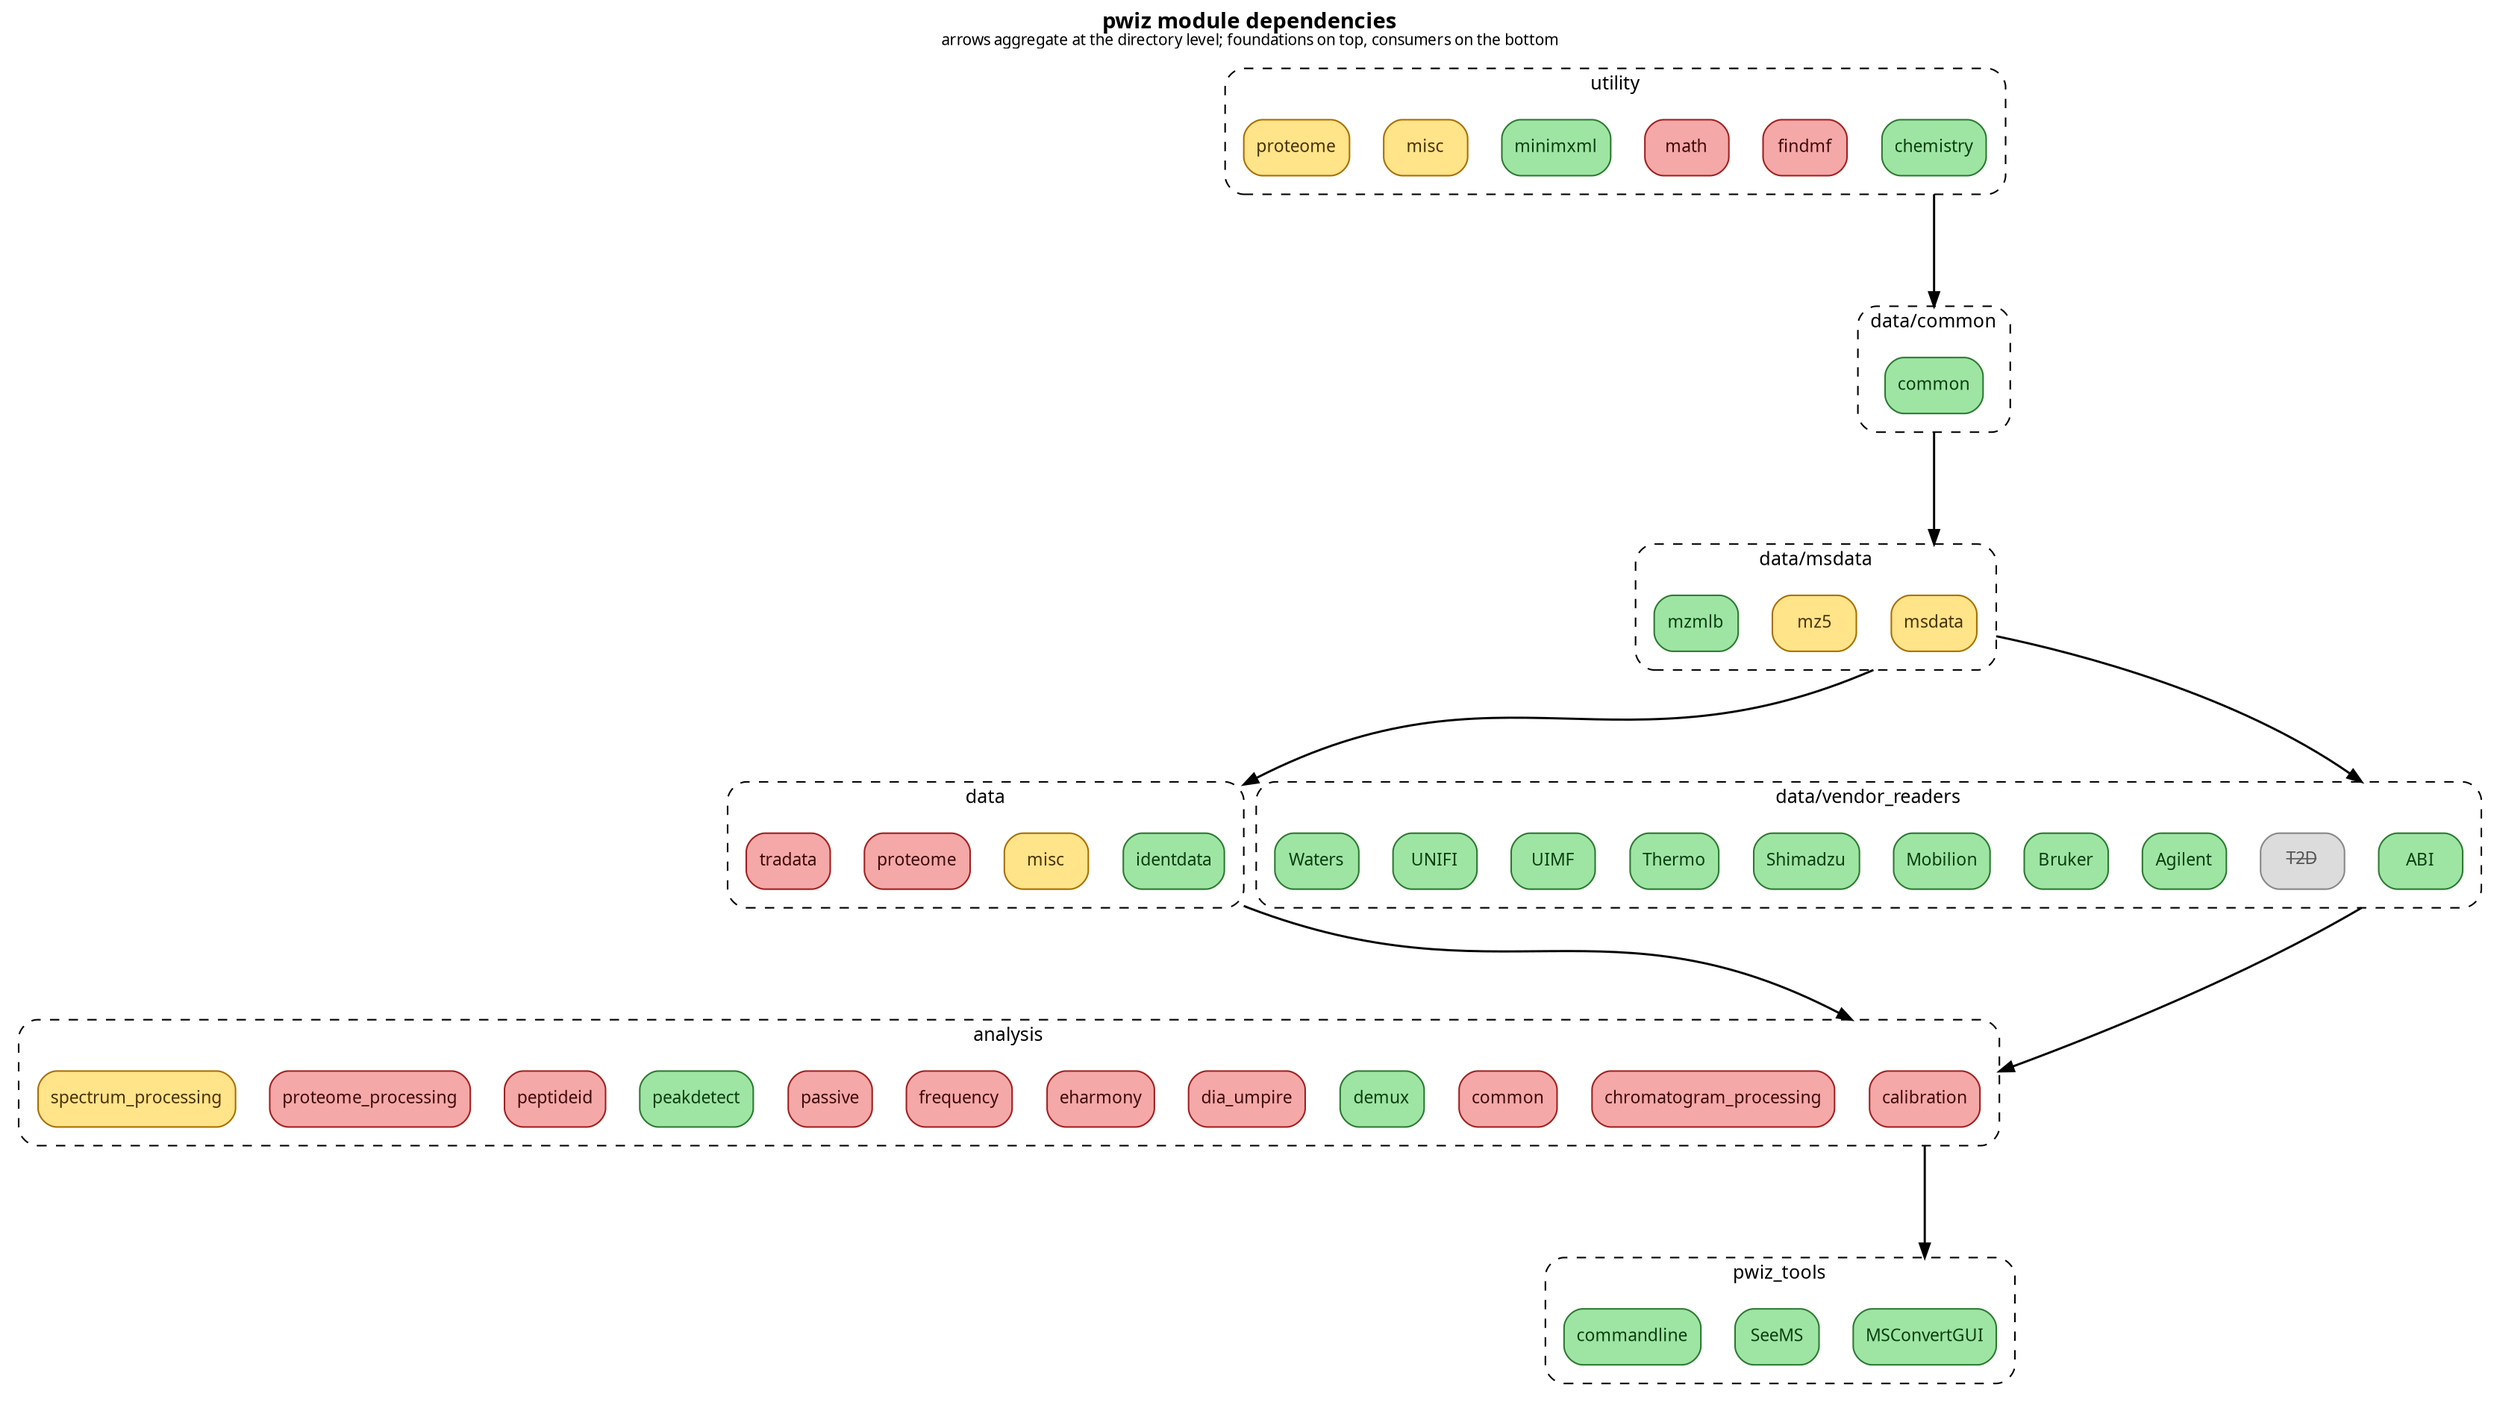
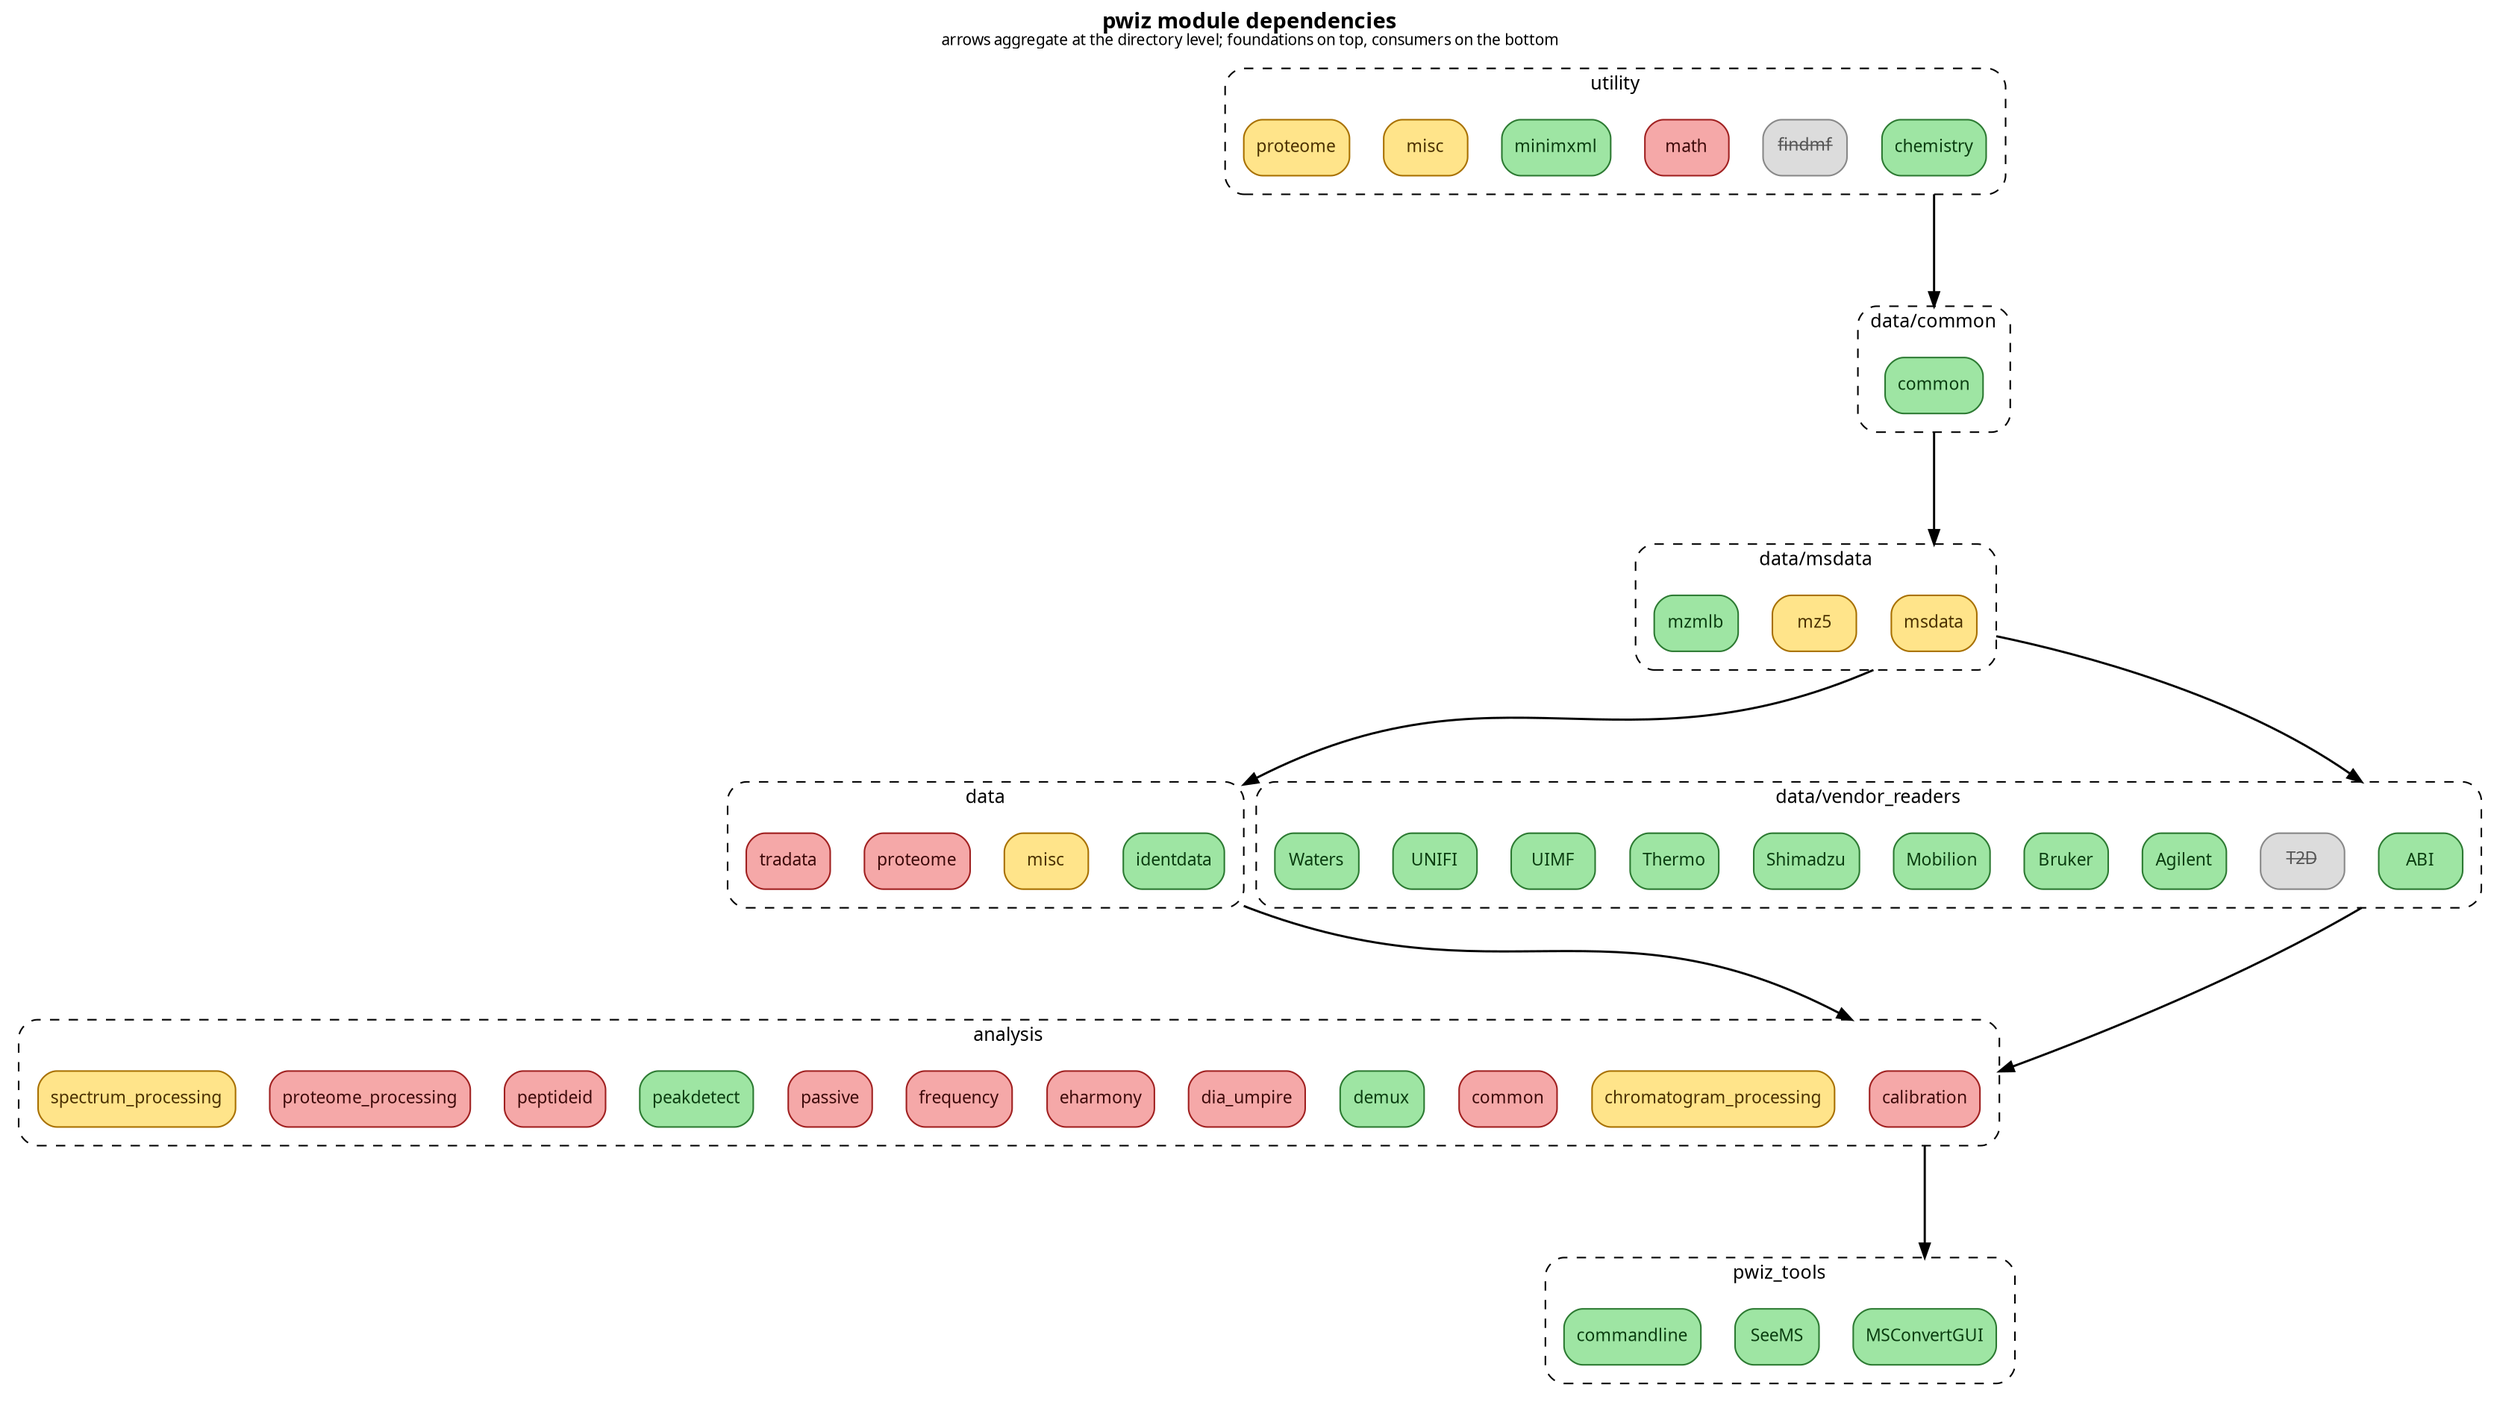
digraph pwiz_modules {
  rankdir=TB;
  labelloc=t;
  label=<<b>pwiz module dependencies</b><br/><font point-size="10">arrows aggregate at the directory level; foundations on top, consumers on the bottom</font>>;
  fontname="Segoe UI";
  node [shape=box, style="filled,rounded", fontname="Segoe UI", fontsize=11];
  edge [color="#444", penwidth=1.4, arrowsize=0.9];
  splines=spline;
  ranksep=0.8; nodesep=0.3;
  compound=true;

  subgraph cluster_analysis {
    label="analysis";
    style="rounded,dashed";
    color="#888";
    fontname="Segoe UI";
    fontsize=12;
    margin=12;
    n_analysis__calibration [label="calibration", fillcolor="#f5a8a8", color="#a02020", fontcolor="#3d0a0a"];
-     n_analysis__chromatogram_processing [label="chromatogram_processing", fillcolor="#f5a8a8", color="#a02020", fontcolor="#3d0a0a"];
+     n_analysis__chromatogram_processing [label="chromatogram_processing", fillcolor="#ffe48a", color="#a87000", fontcolor="#4a3000"];
    n_analysis__common [label="common", fillcolor="#f5a8a8", color="#a02020", fontcolor="#3d0a0a"];
    n_analysis__demux [label="demux", fillcolor="#9ee5a3", color="#2c7a32", fontcolor="#0a3d10"];
    n_analysis__dia_umpire [label="dia_umpire", fillcolor="#f5a8a8", color="#a02020", fontcolor="#3d0a0a"];
    n_analysis__eharmony [label="eharmony", fillcolor="#f5a8a8", color="#a02020", fontcolor="#3d0a0a"];
    n_analysis__frequency [label="frequency", fillcolor="#f5a8a8", color="#a02020", fontcolor="#3d0a0a"];
    n_analysis__passive [label="passive", fillcolor="#f5a8a8", color="#a02020", fontcolor="#3d0a0a"];
    n_analysis__peakdetect [label="peakdetect", fillcolor="#9ee5a3", color="#2c7a32", fontcolor="#0a3d10"];
    n_analysis__peptideid [label="peptideid", fillcolor="#f5a8a8", color="#a02020", fontcolor="#3d0a0a"];
    n_analysis__proteome_processing [label="proteome_processing", fillcolor="#f5a8a8", color="#a02020", fontcolor="#3d0a0a"];
    n_analysis__spectrum_processing [label="spectrum_processing", fillcolor="#ffe48a", color="#a87000", fontcolor="#4a3000"];
  }

  subgraph cluster_data {
    label="data";
    style="rounded,dashed";
    color="#888";
    fontname="Segoe UI";
    fontsize=12;
    margin=12;
    n_data__identdata [label="identdata", fillcolor="#9ee5a3", color="#2c7a32", fontcolor="#0a3d10"];
    n_data__misc [label="misc", fillcolor="#ffe48a", color="#a87000", fontcolor="#4a3000"];
    n_data__proteome [label="proteome", fillcolor="#f5a8a8", color="#a02020", fontcolor="#3d0a0a"];
    n_data__tradata [label="tradata", fillcolor="#f5a8a8", color="#a02020", fontcolor="#3d0a0a"];
  }

  subgraph cluster_data_common {
    label="data/common";
    style="rounded,dashed";
    color="#888";
    fontname="Segoe UI";
    fontsize=12;
    margin=12;
    n_data__common [label="common", fillcolor="#9ee5a3", color="#2c7a32", fontcolor="#0a3d10"];
  }

  subgraph cluster_data_msdata {
    label="data/msdata";
    style="rounded,dashed";
    color="#888";
    fontname="Segoe UI";
    fontsize=12;
    margin=12;
    n_data__msdata [label="msdata", fillcolor="#ffe48a", color="#a87000", fontcolor="#4a3000"];
    n_data__msdata__mz5 [label="mz5", fillcolor="#ffe48a", color="#a87000", fontcolor="#4a3000"];
    n_data__msdata__mzmlb [label="mzmlb", fillcolor="#9ee5a3", color="#2c7a32", fontcolor="#0a3d10"];
  }

  subgraph cluster_data_vendor_readers {
    label="data/vendor_readers";
    style="rounded,dashed";
    color="#888";
    fontname="Segoe UI";
    fontsize=12;
    margin=12;
    n_data__vendor_readers__ABI [label="ABI", fillcolor="#9ee5a3", color="#2c7a32", fontcolor="#0a3d10"];
    n_data__vendor_readers__ABI__T2D [label=<<s>T2D</s>>, fillcolor="#dcdcdc", color="#888888", fontcolor="#555555"];
    n_data__vendor_readers__Agilent [label="Agilent", fillcolor="#9ee5a3", color="#2c7a32", fontcolor="#0a3d10"];
    n_data__vendor_readers__Bruker [label="Bruker", fillcolor="#9ee5a3", color="#2c7a32", fontcolor="#0a3d10"];
    n_data__vendor_readers__Mobilion [label="Mobilion", fillcolor="#9ee5a3", color="#2c7a32", fontcolor="#0a3d10"];
    n_data__vendor_readers__Shimadzu [label="Shimadzu", fillcolor="#9ee5a3", color="#2c7a32", fontcolor="#0a3d10"];
    n_data__vendor_readers__Thermo [label="Thermo", fillcolor="#9ee5a3", color="#2c7a32", fontcolor="#0a3d10"];
    n_data__vendor_readers__UIMF [label="UIMF", fillcolor="#9ee5a3", color="#2c7a32", fontcolor="#0a3d10"];
    n_data__vendor_readers__UNIFI [label="UNIFI", fillcolor="#9ee5a3", color="#2c7a32", fontcolor="#0a3d10"];
    n_data__vendor_readers__Waters [label="Waters", fillcolor="#9ee5a3", color="#2c7a32", fontcolor="#0a3d10"];
  }

  subgraph cluster_pwiz_tools {
    label="pwiz_tools";
    style="rounded,dashed";
    color="#888";
    fontname="Segoe UI";
    fontsize=12;
    margin=12;
    n_pwiz_tools__MSConvertGUI [label="MSConvertGUI", fillcolor="#9ee5a3", color="#2c7a32", fontcolor="#0a3d10"];
    n_pwiz_tools__SeeMS [label="SeeMS", fillcolor="#9ee5a3", color="#2c7a32", fontcolor="#0a3d10"];
    n_pwiz_tools__commandline [label="commandline", fillcolor="#9ee5a3", color="#2c7a32", fontcolor="#0a3d10"];
  }

  subgraph cluster_utility {
    label="utility";
    style="rounded,dashed";
    color="#888";
    fontname="Segoe UI";
    fontsize=12;
    margin=12;
    n_utility__chemistry [label="chemistry", fillcolor="#9ee5a3", color="#2c7a32", fontcolor="#0a3d10"];
-     n_utility__findmf [label="findmf", fillcolor="#f5a8a8", color="#a02020", fontcolor="#3d0a0a"];
+     n_utility__findmf [label=<<s>findmf</s>>, fillcolor="#dcdcdc", color="#888888", fontcolor="#555555"];
    n_utility__math [label="math", fillcolor="#f5a8a8", color="#a02020", fontcolor="#3d0a0a"];
    n_utility__minimxml [label="minimxml", fillcolor="#9ee5a3", color="#2c7a32", fontcolor="#0a3d10"];
    n_utility__misc [label="misc", fillcolor="#ffe48a", color="#a87000", fontcolor="#4a3000"];
    n_utility__proteome [label="proteome", fillcolor="#ffe48a", color="#a87000", fontcolor="#4a3000"];
  }

  n_data__identdata -> n_analysis__calibration [ltail=cluster_data, lhead=cluster_analysis, minlen=2];
  n_data__vendor_readers__ABI -> n_analysis__calibration [ltail=cluster_data_vendor_readers, lhead=cluster_analysis, minlen=2];
  n_data__msdata -> n_data__identdata [ltail=cluster_data_msdata, lhead=cluster_data, minlen=2];
  n_utility__chemistry -> n_data__common [ltail=cluster_utility, lhead=cluster_data_common, minlen=2];
  n_data__common -> n_data__msdata [ltail=cluster_data_common, lhead=cluster_data_msdata, minlen=2];
  n_data__msdata -> n_data__vendor_readers__ABI [ltail=cluster_data_msdata, lhead=cluster_data_vendor_readers, minlen=2];
  n_analysis__calibration -> n_pwiz_tools__MSConvertGUI [ltail=cluster_analysis, lhead=cluster_pwiz_tools, minlen=2];
}
